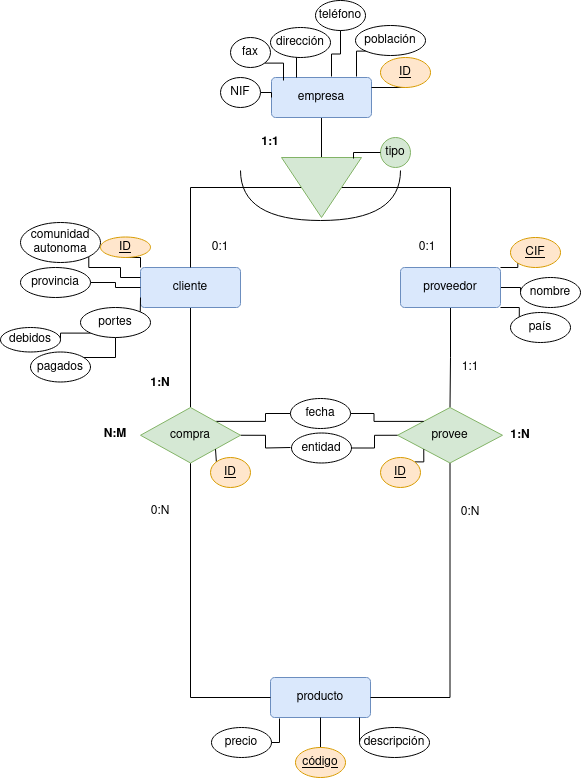
Above: Unidad-1/Tareas./Simulacro de examen/Empresa.drawio.png in mdiogc/base-datos (draw.io), before the change. Source tidied: cells renumbered, new cells last; positions are measured from the earlier drawing's top-left corner, leaving out a move shared by most shapes.
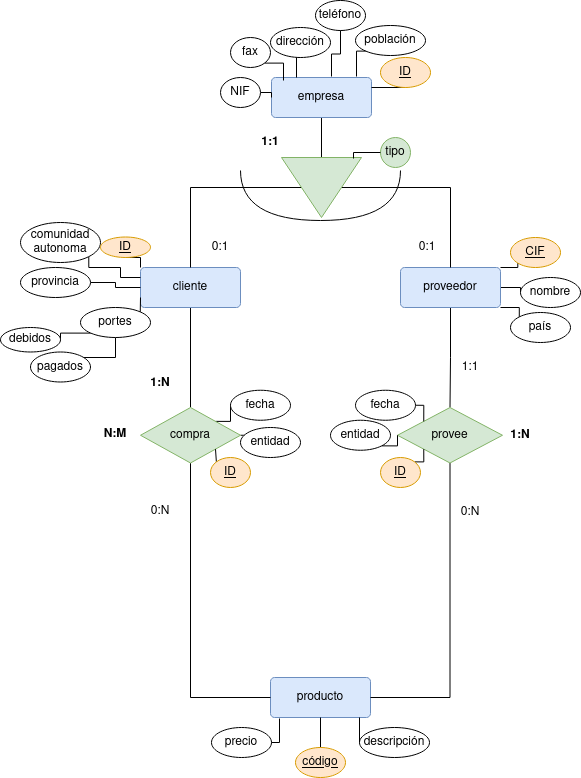
Above is the later version.

Diff of the diagram source:
```diff
@@ -157,17 +157,11 @@
     <mxCell id="50" value="país" style="ellipse;whiteSpace=wrap;html=1;align=center;" parent="1" vertex="1">
       <mxGeometry x="510" y="312" width="60" height="30" as="geometry" />
     </mxCell>
-    <mxCell id="51" style="edgeStyle=orthogonalEdgeStyle;rounded=0;jettySize=auto;html=1;exitX=1;exitY=0.5;exitDx=0;exitDy=0;entryX=0;entryY=0;entryDx=0;entryDy=0;endArrow=none;endFill=0;" parent="1" edge="1" source="52" target="48">
-      <mxGeometry relative="1" as="geometry" />
-    </mxCell>
     <mxCell id="52" value="fecha" style="ellipse;whiteSpace=wrap;html=1;align=center;" parent="1" vertex="1">
-      <mxGeometry x="290" y="398" width="60" height="30" as="geometry" />
+      <mxGeometry x="230" y="389.8" width="60" height="30" as="geometry" />
     </mxCell>
-    <mxCell id="53" style="edgeStyle=orthogonalEdgeStyle;rounded=0;jettySize=auto;html=1;exitX=1;exitY=0.5;exitDx=0;exitDy=0;entryX=0;entryY=0.5;entryDx=0;entryDy=0;endArrow=none;endFill=0;" parent="1" edge="1" source="54" target="48">
-      <mxGeometry relative="1" as="geometry" />
-    </mxCell>
     <mxCell id="54" value="entidad" style="ellipse;whiteSpace=wrap;html=1;align=center;" parent="1" vertex="1">
-      <mxGeometry x="291" y="432.5" width="60" height="30" as="geometry" />
+      <mxGeometry x="240" y="427" width="60" height="30" as="geometry" />
     </mxCell>
     <mxCell id="55" style="edgeStyle=orthogonalEdgeStyle;rounded=0;jettySize=auto;html=1;exitX=1;exitY=0;exitDx=0;exitDy=0;entryX=0;entryY=1;entryDx=0;entryDy=0;endArrow=none;endFill=0;" parent="1" edge="1" source="56" target="48">
       <mxGeometry relative="1" as="geometry" />
@@ -226,5 +220,17 @@
     <mxCell id="73" value="&lt;b&gt;N:M&lt;/b&gt;" style="text;html=1;strokeColor=none;fillColor=none;align=center;verticalAlign=middle;whiteSpace=wrap;rounded=0;" parent="1" vertex="1">
       <mxGeometry x="85" y="419" width="60" height="30" as="geometry" />
     </mxCell>
+    <mxCell id="74" style="edgeStyle=orthogonalEdgeStyle;rounded=0;jettySize=auto;html=1;exitX=1;exitY=0.5;exitDx=0;exitDy=0;entryX=0;entryY=0;entryDx=0;entryDy=0;endArrow=none;endFill=0;" parent="1" edge="1" source="75" target="48">
+      <mxGeometry relative="1" as="geometry" />
+    </mxCell>
+    <mxCell id="75" value="fecha" style="ellipse;whiteSpace=wrap;html=1;align=center;" parent="1" vertex="1">
+      <mxGeometry x="355" y="389.8" width="60" height="30" as="geometry" />
+    </mxCell>
+    <mxCell id="76" style="edgeStyle=orthogonalEdgeStyle;rounded=0;jettySize=auto;html=1;exitX=1;exitY=1;exitDx=0;exitDy=0;entryX=0;entryY=0.5;entryDx=0;entryDy=0;endArrow=none;endFill=0;" parent="1" edge="1" source="77" target="48">
+      <mxGeometry relative="1" as="geometry" />
+    </mxCell>
+    <mxCell id="77" value="entidad" style="ellipse;whiteSpace=wrap;html=1;align=center;" parent="1" vertex="1">
+      <mxGeometry x="330" y="419.8" width="60" height="30" as="geometry" />
+    </mxCell>
   </root>
 </mxGraphModel>
```
